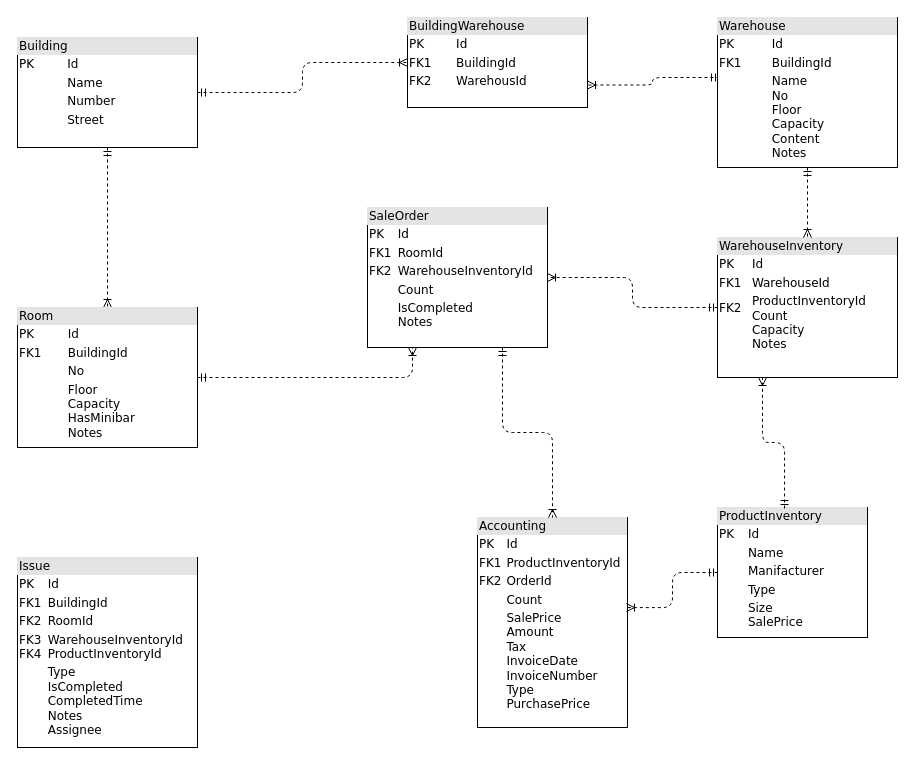
This is er-diagram.drawio from hasanbinboga/infera-test-case, a draw.io file, before an edit. Source tidied: cells renumbered, new cells numbered last; positions are measured from the earlier drawing's top-left corner, leaving out a move shared by most shapes. Both pictures are drawn from the tidied source at 100%, with x=0, y=0 at pixel (17, 17).
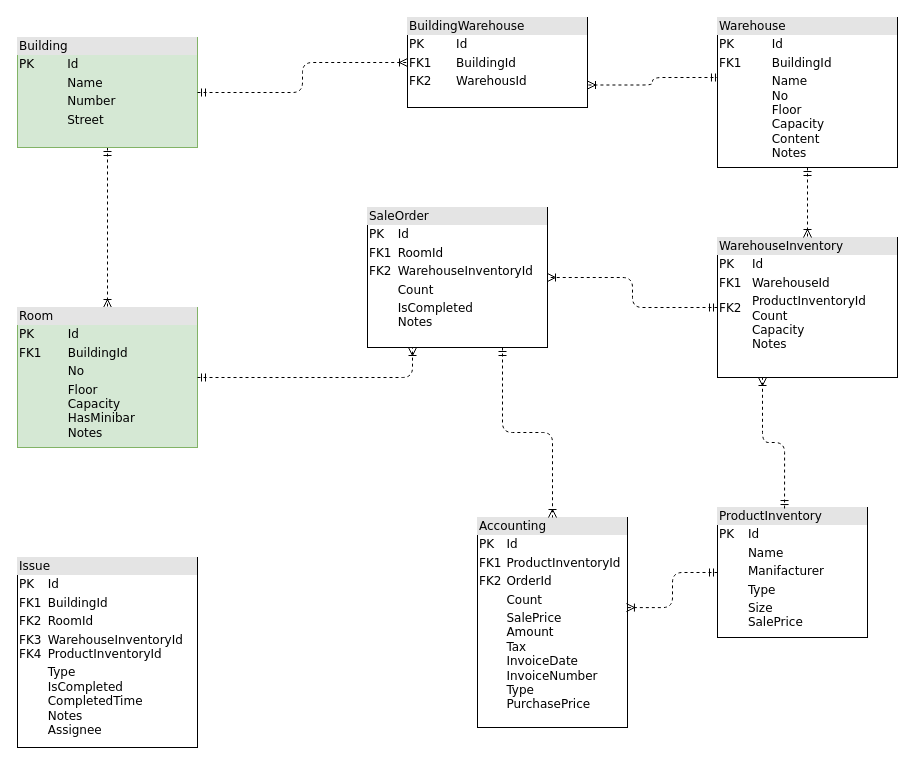
The same page after the edit.

What changed in the source:
```diff
@@
 <mxGraphModel>
   <root>
     <mxCell id="0" />
     <mxCell id="1" parent="0" />
     <mxCell id="2" value="&lt;div style=&quot;box-sizing:border-box;width:100%;background:#e4e4e4;padding:2px;&quot;&gt;BuildingWarehouse&lt;/div&gt;&lt;table style=&quot;width:100%;font-size:1em;&quot; cellpadding=&quot;2&quot; cellspacing=&quot;0&quot;&gt;&lt;tbody&gt;&lt;tr&gt;&lt;td&gt;PK&lt;/td&gt;&lt;td&gt;Id&lt;/td&gt;&lt;/tr&gt;&lt;tr&gt;&lt;td&gt;FK1&lt;/td&gt;&lt;td&gt;BuildingId&lt;/td&gt;&lt;/tr&gt;&lt;tr&gt;&lt;td&gt;FK2&lt;/td&gt;&lt;td&gt;WarehousId&lt;/td&gt;&lt;/tr&gt;&lt;/tbody&gt;&lt;/table&gt;" style="verticalAlign=top;align=left;overflow=fill;html=1;rounded=0;shadow=0;comic=0;labelBackgroundColor=none;strokeWidth=1;fontFamily=Verdana;fontSize=12;" parent="1" vertex="1">
       <mxGeometry x="390" width="180" height="90" as="geometry" />
     </mxCell>
     <mxCell id="3" style="html=1;dashed=1;labelBackgroundColor=none;startArrow=ERmandOne;endArrow=ERoneToMany;fontFamily=Verdana;fontSize=12;align=left;entryX=0.5;entryY=0;edgeStyle=orthogonalEdgeStyle;entryDx=0;entryDy=0;" parent="1" edge="1" source="5" target="9">
       <mxGeometry relative="1" as="geometry" />
     </mxCell>
     <mxCell id="4" style="html=1;dashed=1;labelBackgroundColor=none;startArrow=ERmandOne;endArrow=ERoneToMany;fontFamily=Verdana;fontSize=12;align=left;exitX=0.011;exitY=0.4;exitDx=0;exitDy=0;edgeStyle=orthogonalEdgeStyle;entryX=1;entryY=0.75;entryDx=0;entryDy=0;exitPerimeter=0;" parent="1" edge="1" source="10" target="2">
       <mxGeometry relative="1" as="geometry" />
     </mxCell>
-    <mxCell id="5" value="&lt;div style=&quot;box-sizing: border-box ; width: 100% ; background: #e4e4e4 ; padding: 2px&quot;&gt;Building&lt;/div&gt;&lt;table style=&quot;width: 100% ; font-size: 1em&quot; cellpadding=&quot;2&quot; cellspacing=&quot;0&quot;&gt;&lt;tbody&gt;&lt;tr&gt;&lt;td&gt;PK&lt;/td&gt;&lt;td&gt;Id&lt;/td&gt;&lt;/tr&gt;&lt;tr&gt;&lt;td&gt;&lt;br&gt;&lt;/td&gt;&lt;td&gt;Name&lt;/td&gt;&lt;/tr&gt;&lt;tr&gt;&lt;td&gt;&lt;/td&gt;&lt;td&gt;Number&lt;/td&gt;&lt;/tr&gt;&lt;tr&gt;&lt;td&gt;&lt;br&gt;&lt;/td&gt;&lt;td&gt;Street&lt;br&gt;&lt;/td&gt;&lt;/tr&gt;&lt;tr&gt;&lt;td&gt;&lt;br&gt;&lt;/td&gt;&lt;td&gt;&lt;br&gt;&lt;/td&gt;&lt;/tr&gt;&lt;tr&gt;&lt;td&gt;&lt;br&gt;&lt;/td&gt;&lt;td&gt;&lt;br&gt;&lt;/td&gt;&lt;/tr&gt;&lt;/tbody&gt;&lt;/table&gt;" style="verticalAlign=top;align=left;overflow=fill;html=1;rounded=0;shadow=0;comic=0;labelBackgroundColor=none;strokeWidth=1;fontFamily=Verdana;fontSize=12;" parent="1" vertex="1">
+    <mxCell id="5" value="&lt;div style=&quot;box-sizing: border-box ; width: 100% ; background: #e4e4e4 ; padding: 2px&quot;&gt;Building&lt;/div&gt;&lt;table style=&quot;width: 100% ; font-size: 1em&quot; cellpadding=&quot;2&quot; cellspacing=&quot;0&quot;&gt;&lt;tbody&gt;&lt;tr&gt;&lt;td&gt;PK&lt;/td&gt;&lt;td&gt;Id&lt;/td&gt;&lt;/tr&gt;&lt;tr&gt;&lt;td&gt;&lt;br&gt;&lt;/td&gt;&lt;td&gt;Name&lt;/td&gt;&lt;/tr&gt;&lt;tr&gt;&lt;td&gt;&lt;/td&gt;&lt;td&gt;Number&lt;/td&gt;&lt;/tr&gt;&lt;tr&gt;&lt;td&gt;&lt;br&gt;&lt;/td&gt;&lt;td&gt;Street&lt;br&gt;&lt;/td&gt;&lt;/tr&gt;&lt;tr&gt;&lt;td&gt;&lt;br&gt;&lt;/td&gt;&lt;td&gt;&lt;br&gt;&lt;/td&gt;&lt;/tr&gt;&lt;tr&gt;&lt;td&gt;&lt;br&gt;&lt;/td&gt;&lt;td&gt;&lt;br&gt;&lt;/td&gt;&lt;/tr&gt;&lt;/tbody&gt;&lt;/table&gt;" style="verticalAlign=top;align=left;overflow=fill;html=1;rounded=0;shadow=0;comic=0;labelBackgroundColor=none;strokeWidth=1;fontFamily=Verdana;fontSize=12;fillColor=#d5e8d4;strokeColor=#82b366;" parent="1" vertex="1">
       <mxGeometry y="20" width="180" height="110" as="geometry" />
     </mxCell>
     <mxCell id="6" value="&lt;div style=&quot;box-sizing: border-box ; width: 100% ; background: #e4e4e4 ; padding: 2px&quot;&gt;ProductInventory&lt;/div&gt;&lt;table style=&quot;width: 100% ; font-size: 1em&quot; cellpadding=&quot;2&quot; cellspacing=&quot;0&quot;&gt;&lt;tbody&gt;&lt;tr&gt;&lt;td&gt;PK&lt;/td&gt;&lt;td&gt;Id&lt;/td&gt;&lt;/tr&gt;&lt;tr&gt;&lt;td&gt;&lt;br&gt;&lt;/td&gt;&lt;td&gt;Name&lt;/td&gt;&lt;/tr&gt;&lt;tr&gt;&lt;td&gt;&lt;/td&gt;&lt;td&gt;Manifacturer&lt;/td&gt;&lt;/tr&gt;&lt;tr&gt;&lt;td&gt;&lt;br&gt;&lt;/td&gt;&lt;td&gt;Type&lt;/td&gt;&lt;/tr&gt;&lt;tr&gt;&lt;td&gt;&lt;br&gt;&lt;/td&gt;&lt;td&gt;Size&lt;br&gt;SalePrice&lt;/td&gt;&lt;/tr&gt;&lt;/tbody&gt;&lt;/table&gt;" style="verticalAlign=top;align=left;overflow=fill;html=1;rounded=0;shadow=0;comic=0;labelBackgroundColor=none;strokeWidth=1;fontFamily=Verdana;fontSize=12;" parent="1" vertex="1">
       <mxGeometry x="700" y="490" width="150" height="130" as="geometry" />
     </mxCell>
     <mxCell id="7" value="&lt;div style=&quot;box-sizing:border-box;width:100%;background:#e4e4e4;padding:2px;&quot;&gt;WarehouseInventory&lt;/div&gt;&lt;table style=&quot;width:100%;font-size:1em;&quot; cellpadding=&quot;2&quot; cellspacing=&quot;0&quot;&gt;&lt;tbody&gt;&lt;tr&gt;&lt;td&gt;PK&lt;/td&gt;&lt;td&gt;Id&lt;/td&gt;&lt;/tr&gt;&lt;tr&gt;&lt;td&gt;FK1&lt;/td&gt;&lt;td&gt;WarehouseId&lt;/td&gt;&lt;/tr&gt;&lt;tr&gt;&lt;td&gt;FK2&lt;br&gt;&lt;br&gt;&lt;br&gt;&lt;/td&gt;&lt;td&gt;ProductInventoryId&lt;br&gt;Count&lt;br&gt;Capacity&lt;br&gt;Notes&lt;/td&gt;&lt;/tr&gt;&lt;/tbody&gt;&lt;/table&gt;" style="verticalAlign=top;align=left;overflow=fill;html=1;rounded=0;shadow=0;comic=0;labelBackgroundColor=none;strokeWidth=1;fontFamily=Verdana;fontSize=12;" parent="1" vertex="1">
       <mxGeometry x="700" y="220" width="180" height="140" as="geometry" />
     </mxCell>
     <mxCell id="8" style="edgeStyle=orthogonalEdgeStyle;html=1;entryX=0.5;entryY=0;dashed=1;labelBackgroundColor=none;startArrow=ERmandOne;endArrow=ERoneToMany;fontFamily=Verdana;fontSize=12;align=left;" parent="1" edge="1" source="10" target="7">
       <mxGeometry relative="1" as="geometry" />
     </mxCell>
-    <mxCell id="9" value="&lt;div style=&quot;box-sizing: border-box ; width: 100% ; background: #e4e4e4 ; padding: 2px&quot;&gt;Room&lt;/div&gt;&lt;table style=&quot;width: 100% ; font-size: 1em&quot; cellpadding=&quot;2&quot; cellspacing=&quot;0&quot;&gt;&lt;tbody&gt;&lt;tr&gt;&lt;td&gt;PK&lt;/td&gt;&lt;td&gt;Id&lt;/td&gt;&lt;/tr&gt;&lt;tr&gt;&lt;td&gt;FK1&lt;/td&gt;&lt;td&gt;BuildingId&lt;/td&gt;&lt;/tr&gt;&lt;tr&gt;&lt;td&gt;&lt;/td&gt;&lt;td&gt;No&lt;/td&gt;&lt;/tr&gt;&lt;tr&gt;&lt;td&gt;&lt;br&gt;&lt;/td&gt;&lt;td&gt;Floor&lt;br&gt;Capacity&lt;br&gt;HasMinibar&lt;br&gt;Notes&lt;/td&gt;&lt;/tr&gt;&lt;tr&gt;&lt;td&gt;&lt;br&gt;&lt;/td&gt;&lt;td&gt;&lt;/td&gt;&lt;/tr&gt;&lt;/tbody&gt;&lt;/table&gt;" style="verticalAlign=top;align=left;overflow=fill;html=1;rounded=0;shadow=0;comic=0;labelBackgroundColor=none;strokeWidth=1;fontFamily=Verdana;fontSize=12;" parent="1" vertex="1">
+    <mxCell id="9" value="&lt;div style=&quot;box-sizing: border-box ; width: 100% ; background: #e4e4e4 ; padding: 2px&quot;&gt;Room&lt;/div&gt;&lt;table style=&quot;width: 100% ; font-size: 1em&quot; cellpadding=&quot;2&quot; cellspacing=&quot;0&quot;&gt;&lt;tbody&gt;&lt;tr&gt;&lt;td&gt;PK&lt;/td&gt;&lt;td&gt;Id&lt;/td&gt;&lt;/tr&gt;&lt;tr&gt;&lt;td&gt;FK1&lt;/td&gt;&lt;td&gt;BuildingId&lt;/td&gt;&lt;/tr&gt;&lt;tr&gt;&lt;td&gt;&lt;/td&gt;&lt;td&gt;No&lt;/td&gt;&lt;/tr&gt;&lt;tr&gt;&lt;td&gt;&lt;br&gt;&lt;/td&gt;&lt;td&gt;Floor&lt;br&gt;Capacity&lt;br&gt;HasMinibar&lt;br&gt;Notes&lt;/td&gt;&lt;/tr&gt;&lt;tr&gt;&lt;td&gt;&lt;br&gt;&lt;/td&gt;&lt;td&gt;&lt;/td&gt;&lt;/tr&gt;&lt;/tbody&gt;&lt;/table&gt;" style="verticalAlign=top;align=left;overflow=fill;html=1;rounded=0;shadow=0;comic=0;labelBackgroundColor=none;strokeWidth=1;fontFamily=Verdana;fontSize=12;fillColor=#d5e8d4;strokeColor=#82b366;" parent="1" vertex="1">
       <mxGeometry y="290" width="180" height="140" as="geometry" />
     </mxCell>
     <mxCell id="10" value="&lt;div style=&quot;box-sizing:border-box;width:100%;background:#e4e4e4;padding:2px;&quot;&gt;Warehouse&lt;/div&gt;&lt;table style=&quot;width:100%;font-size:1em;&quot; cellpadding=&quot;2&quot; cellspacing=&quot;0&quot;&gt;&lt;tbody&gt;&lt;tr&gt;&lt;td&gt;PK&lt;/td&gt;&lt;td&gt;Id&lt;/td&gt;&lt;/tr&gt;&lt;tr&gt;&lt;td&gt;FK1&lt;/td&gt;&lt;td&gt;BuildingId&lt;/td&gt;&lt;/tr&gt;&lt;tr&gt;&lt;td&gt;&lt;/td&gt;&lt;td&gt;Name&lt;br&gt;No&lt;br&gt;Floor&lt;br&gt;Capacity&lt;br&gt;Content&lt;br&gt;Notes&lt;/td&gt;&lt;/tr&gt;&lt;/tbody&gt;&lt;/table&gt;" style="verticalAlign=top;align=left;overflow=fill;html=1;rounded=0;shadow=0;comic=0;labelBackgroundColor=none;strokeWidth=1;fontFamily=Verdana;fontSize=12;" parent="1" vertex="1">
       <mxGeometry x="700" width="180" height="150" as="geometry" />
     </mxCell>
     <mxCell id="11" style="html=1;dashed=1;labelBackgroundColor=none;startArrow=ERmandOne;endArrow=ERoneToMany;fontFamily=Verdana;fontSize=12;align=left;edgeStyle=orthogonalEdgeStyle;entryX=0;entryY=0.5;entryDx=0;entryDy=0;exitX=1;exitY=0.5;exitDx=0;exitDy=0;" parent="1" edge="1" source="5" target="2">
       <mxGeometry relative="1" as="geometry" />
     </mxCell>
     <mxCell id="12" style="edgeStyle=orthogonalEdgeStyle;html=1;entryX=0.25;entryY=1;dashed=1;labelBackgroundColor=none;startArrow=ERmandOne;endArrow=ERoneToMany;fontFamily=Verdana;fontSize=12;align=left;entryDx=0;entryDy=0;exitX=0.447;exitY=0.008;exitDx=0;exitDy=0;exitPerimeter=0;" parent="1" edge="1" source="6" target="7">
       <mxGeometry relative="1" as="geometry" />
     </mxCell>
     <mxCell id="13" value="&lt;div style=&quot;box-sizing: border-box ; width: 100% ; background: #e4e4e4 ; padding: 2px&quot;&gt;SaleOrder&lt;/div&gt;&lt;table style=&quot;width: 100% ; font-size: 1em&quot; cellpadding=&quot;2&quot; cellspacing=&quot;0&quot;&gt;&lt;tbody&gt;&lt;tr&gt;&lt;td&gt;PK&lt;/td&gt;&lt;td&gt;Id&lt;/td&gt;&lt;/tr&gt;&lt;tr&gt;&lt;td&gt;FK1&lt;/td&gt;&lt;td&gt;RoomId&lt;/td&gt;&lt;/tr&gt;&lt;tr&gt;&lt;td&gt;FK2&lt;/td&gt;&lt;td&gt;WarehouseInventoryId&lt;/td&gt;&lt;/tr&gt;&lt;tr&gt;&lt;td&gt;&lt;br&gt;&lt;/td&gt;&lt;td&gt;Count&lt;/td&gt;&lt;/tr&gt;&lt;tr&gt;&lt;td&gt;&lt;br&gt;&lt;/td&gt;&lt;td&gt;IsCompleted&lt;br&gt;Notes&lt;/td&gt;&lt;/tr&gt;&lt;/tbody&gt;&lt;/table&gt;" style="verticalAlign=top;align=left;overflow=fill;html=1;rounded=0;shadow=0;comic=0;labelBackgroundColor=none;strokeWidth=1;fontFamily=Verdana;fontSize=12;" parent="1" vertex="1">
       <mxGeometry x="350" y="190" width="180" height="140" as="geometry" />
     </mxCell>
     <mxCell id="14" value="&lt;div style=&quot;box-sizing: border-box ; width: 100% ; background: #e4e4e4 ; padding: 2px&quot;&gt;Issue&lt;/div&gt;&lt;table style=&quot;width: 100% ; font-size: 1em&quot; cellpadding=&quot;2&quot; cellspacing=&quot;0&quot;&gt;&lt;tbody&gt;&lt;tr&gt;&lt;td&gt;PK&lt;/td&gt;&lt;td&gt;Id&lt;/td&gt;&lt;/tr&gt;&lt;tr&gt;&lt;td&gt;FK1&lt;/td&gt;&lt;td&gt;BuildingId&lt;/td&gt;&lt;/tr&gt;&lt;tr&gt;&lt;td&gt;FK2&lt;/td&gt;&lt;td&gt;RoomId&lt;br&gt;&lt;/td&gt;&lt;/tr&gt;&lt;tr&gt;&lt;td&gt;FK3&lt;br&gt;FK4&lt;/td&gt;&lt;td&gt;WarehouseInventoryId&lt;br&gt;ProductInventoryId&lt;/td&gt;&lt;/tr&gt;&lt;tr&gt;&lt;td&gt;&lt;br&gt;&lt;br&gt;&lt;/td&gt;&lt;td&gt;Type&lt;br&gt;IsCompleted&lt;br&gt;CompletedTime&lt;br&gt;Notes&lt;br&gt;Assignee&lt;/td&gt;&lt;/tr&gt;&lt;/tbody&gt;&lt;/table&gt;" style="verticalAlign=top;align=left;overflow=fill;html=1;rounded=0;shadow=0;comic=0;labelBackgroundColor=none;strokeWidth=1;fontFamily=Verdana;fontSize=12;" parent="1" vertex="1">
       <mxGeometry y="540" width="180" height="190" as="geometry" />
     </mxCell>
     <mxCell id="15" style="edgeStyle=orthogonalEdgeStyle;html=1;entryX=1;entryY=0.5;dashed=1;labelBackgroundColor=none;startArrow=ERmandOne;endArrow=ERoneToMany;fontFamily=Verdana;fontSize=12;align=left;entryDx=0;entryDy=0;exitX=0;exitY=0.5;exitDx=0;exitDy=0;" parent="1" edge="1" source="7" target="13">
       <mxGeometry relative="1" as="geometry" />
     </mxCell>
     <mxCell id="16" style="edgeStyle=orthogonalEdgeStyle;html=1;entryX=0.25;entryY=1;dashed=1;labelBackgroundColor=none;startArrow=ERmandOne;endArrow=ERoneToMany;fontFamily=Verdana;fontSize=12;align=left;entryDx=0;entryDy=0;exitX=1;exitY=0.5;exitDx=0;exitDy=0;" parent="1" edge="1" source="9" target="13">
       <mxGeometry relative="1" as="geometry" />
     </mxCell>
     <mxCell id="17" value="&lt;div style=&quot;box-sizing: border-box ; width: 100% ; background: #e4e4e4 ; padding: 2px&quot;&gt;Accounting&lt;/div&gt;&lt;table style=&quot;width: 100% ; font-size: 1em&quot; cellpadding=&quot;2&quot; cellspacing=&quot;0&quot;&gt;&lt;tbody&gt;&lt;tr&gt;&lt;td&gt;PK&lt;/td&gt;&lt;td&gt;Id&lt;/td&gt;&lt;/tr&gt;&lt;tr&gt;&lt;td&gt;FK1&lt;/td&gt;&lt;td&gt;ProductInventoryId&lt;/td&gt;&lt;/tr&gt;&lt;tr&gt;&lt;td&gt;FK2&lt;/td&gt;&lt;td&gt;OrderId&lt;/td&gt;&lt;/tr&gt;&lt;tr&gt;&lt;td&gt;&lt;br&gt;&lt;/td&gt;&lt;td&gt;Count&lt;/td&gt;&lt;/tr&gt;&lt;tr&gt;&lt;td&gt;&lt;br&gt;&lt;/td&gt;&lt;td&gt;SalePrice&lt;br&gt;Amount&lt;br&gt;Tax&lt;br&gt;InvoiceDate&lt;br&gt;InvoiceNumber&lt;br&gt;Type&lt;br&gt;PurchasePrice&lt;br&gt;&lt;/td&gt;&lt;/tr&gt;&lt;/tbody&gt;&lt;/table&gt;" style="verticalAlign=top;align=left;overflow=fill;html=1;rounded=0;shadow=0;comic=0;labelBackgroundColor=none;strokeWidth=1;fontFamily=Verdana;fontSize=12;" parent="1" vertex="1">
       <mxGeometry x="460" y="500" width="150" height="210" as="geometry" />
     </mxCell>
     <mxCell id="18" style="edgeStyle=orthogonalEdgeStyle;html=1;dashed=1;labelBackgroundColor=none;startArrow=ERmandOne;endArrow=ERoneToMany;fontFamily=Verdana;fontSize=12;align=left;exitX=0;exitY=0.5;exitDx=0;exitDy=0;entryX=0.993;entryY=0.429;entryDx=0;entryDy=0;entryPerimeter=0;" parent="1" edge="1" source="6" target="17">
       <mxGeometry relative="1" as="geometry" />
     </mxCell>
     <mxCell id="19" style="edgeStyle=orthogonalEdgeStyle;html=1;dashed=1;labelBackgroundColor=none;startArrow=ERmandOne;endArrow=ERoneToMany;fontFamily=Verdana;fontSize=12;align=left;exitX=0.75;exitY=1;exitDx=0;exitDy=0;" parent="1" edge="1" source="13" target="17">
       <mxGeometry relative="1" as="geometry" />
     </mxCell>
   </root>
 </mxGraphModel>
```
